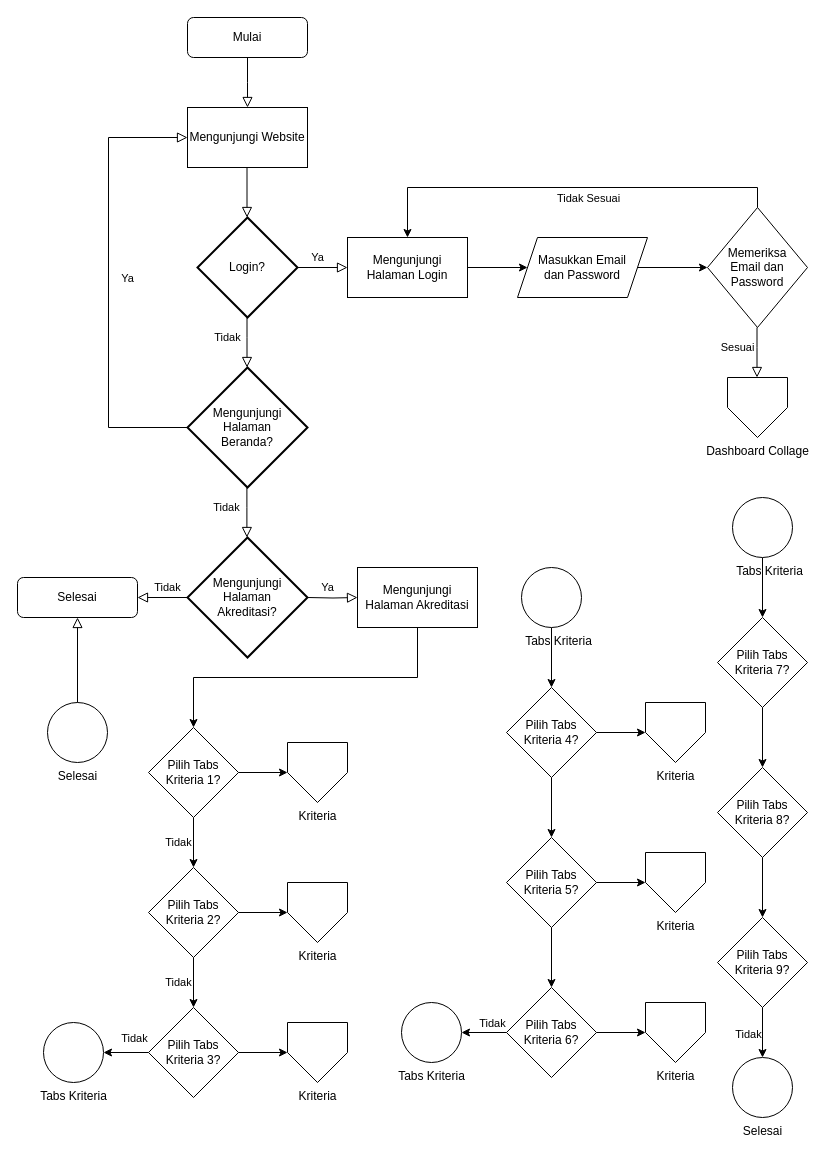
Before: page "Beranda" (1 of 2) of FilemanagerLPMI.drawio in muhfajarm/laravel-file-manager, a draw.io diagram. Source tidied: cells renumbered, new cells numbered last; positions are measured from the earlier drawing's top-left corner, leaving out a move shared by most shapes. Both pictures are drawn from the tidied source at 100%, with x=0, y=0 at pixel (17, 17).
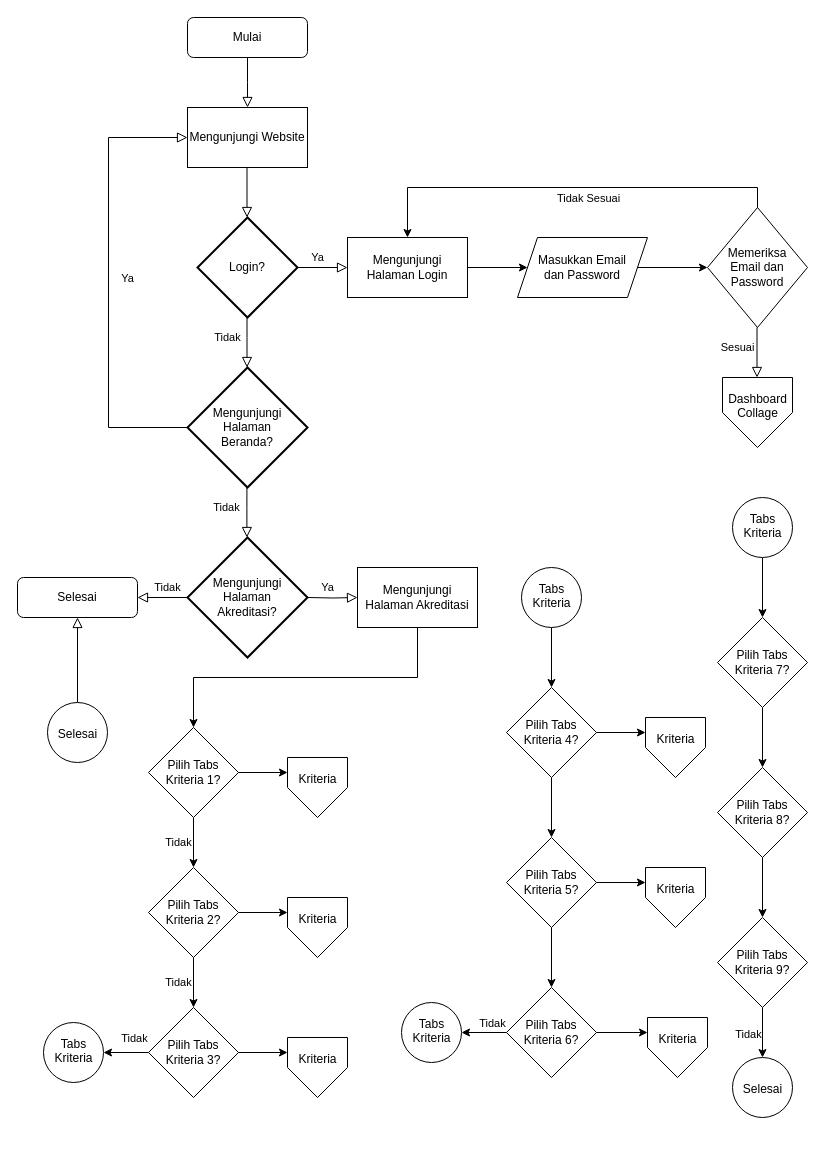
Above is the later version.

The change refers to these unchanged cells:
```xml
<mxCell id="29" value="&lt;div&gt;Pilih Tabs&lt;/div&gt;&lt;div&gt;Kriteria 1?&lt;br&gt;&lt;/div&gt;" style="rhombus;whiteSpace=wrap;html=1;rounded=0;" parent="1" vertex="1">
  <mxGeometry x="131" y="710" width="90" height="90" as="geometry" />
</mxCell>
<mxCell id="30" value="Pilih Tabs Kriteria 2?" style="rhombus;whiteSpace=wrap;html=1;rounded=0;" parent="1" vertex="1">
  <mxGeometry x="131" y="850" width="90" height="90" as="geometry" />
</mxCell>
<mxCell id="31" value="Pilih Tabs Kriteria 3?" style="rhombus;whiteSpace=wrap;html=1;rounded=0;" parent="1" vertex="1">
  <mxGeometry x="131" y="990" width="90" height="90" as="geometry" />
</mxCell>
<mxCell id="41" value="&lt;div&gt;Pilih Tabs&lt;/div&gt;&lt;div&gt;Kriteria 4?&lt;br&gt;&lt;/div&gt;" style="rhombus;whiteSpace=wrap;html=1;rounded=0;" parent="1" vertex="1">
  <mxGeometry x="489" y="670" width="90" height="90" as="geometry" />
</mxCell>
<mxCell id="43" value="&lt;div&gt;Pilih Tabs&lt;/div&gt;&lt;div&gt;Kriteria 5?&lt;br&gt;&lt;/div&gt;" style="rhombus;whiteSpace=wrap;html=1;rounded=0;" parent="1" vertex="1">
  <mxGeometry x="489" y="820" width="90" height="90" as="geometry" />
</mxCell>
<mxCell id="45" value="&lt;div&gt;Pilih Tabs&lt;/div&gt;&lt;div&gt;Kriteria 6?&lt;br&gt;&lt;/div&gt;" style="rhombus;whiteSpace=wrap;html=1;rounded=0;" parent="1" vertex="1">
  <mxGeometry x="489" y="970" width="90" height="90" as="geometry" />
</mxCell>
```

The edit, as a diff of the source:
```diff
@@
-    <mxCell id="25" value="Dashboard Collage" style="verticalLabelPosition=bottom;verticalAlign=top;html=1;shape=offPageConnector;rounded=0;size=0.5;" parent="1" vertex="1">
-      <mxGeometry x="710" y="360" width="60" height="60" as="geometry" />
+    <mxCell id="25" value="&lt;div&gt;Dashboard&lt;/div&gt;&lt;div&gt;Collage&lt;/div&gt;" style="verticalLabelPosition=bottom;verticalAlign=top;html=1;shape=offPageConnector;rounded=0;size=0.5;spacing=-60;" parent="1" vertex="1">
+      <mxGeometry x="705" y="360" width="70" height="70" as="geometry" />
     </mxCell>
@@
-    <mxCell id="32" value="&lt;div&gt;Selesai&lt;/div&gt;" style="verticalLabelPosition=bottom;verticalAlign=top;html=1;shape=mxgraph.flowchart.on-page_reference;" parent="1" vertex="1">
+    <mxCell id="32" value="&lt;div&gt;Selesai&lt;/div&gt;" style="verticalLabelPosition=bottom;verticalAlign=top;html=1;shape=mxgraph.flowchart.on-page_reference;spacing=-40;" parent="1" vertex="1">
       <mxGeometry x="30" y="685" width="60" height="60" as="geometry" />
     </mxCell>
@@
-    <mxCell id="34" value="Tabs Kriteria" style="verticalLabelPosition=bottom;verticalAlign=top;html=1;shape=mxgraph.flowchart.on-page_reference;" parent="1" vertex="1">
+    <mxCell id="34" value="&lt;div&gt;Tabs&lt;/div&gt;&lt;div&gt;Kriteria&lt;/div&gt;" style="verticalLabelPosition=bottom;verticalAlign=top;html=1;shape=mxgraph.flowchart.on-page_reference;spacing=-50;" parent="1" vertex="1">
       <mxGeometry x="26" y="1005" width="60" height="60" as="geometry" />
     </mxCell>
@@
-    <mxCell id="40" value="Tabs Kriteria" style="verticalLabelPosition=bottom;verticalAlign=top;html=1;shape=mxgraph.flowchart.on-page_reference;spacingRight=0;spacingLeft=13;" parent="1" vertex="1">
+    <mxCell id="40" value="&lt;div&gt;Tabs&lt;/div&gt;&lt;div&gt;Kriteria&lt;/div&gt;" style="verticalLabelPosition=bottom;verticalAlign=top;html=1;shape=mxgraph.flowchart.on-page_reference;spacingRight=0;spacingLeft=0;spacing=-50;" parent="1" vertex="1">
       <mxGeometry x="504" y="550" width="60" height="60" as="geometry" />
     </mxCell>
@@
-    <mxCell id="46" value="Tabs Kriteria" style="verticalLabelPosition=bottom;verticalAlign=top;html=1;shape=mxgraph.flowchart.on-page_reference;" parent="1" vertex="1">
+    <mxCell id="46" value="&lt;div&gt;Tabs&lt;/div&gt;&lt;div&gt;Kriteria&lt;/div&gt;" style="verticalLabelPosition=bottom;verticalAlign=top;html=1;shape=mxgraph.flowchart.on-page_reference;spacing=-50;" parent="1" vertex="1">
       <mxGeometry x="384" y="985" width="60" height="60" as="geometry" />
     </mxCell>
@@
-    <mxCell id="50" value="Tabs Kriteria" style="verticalLabelPosition=bottom;verticalAlign=top;html=1;shape=mxgraph.flowchart.on-page_reference;spacingRight=0;spacingLeft=13;" parent="1" vertex="1">
+    <mxCell id="50" value="&lt;div&gt;Tabs&lt;/div&gt;&lt;div&gt;Kriteria&lt;/div&gt;" style="verticalLabelPosition=bottom;verticalAlign=top;html=1;shape=mxgraph.flowchart.on-page_reference;spacingRight=0;spacingLeft=0;spacing=-50;" parent="1" vertex="1">
       <mxGeometry x="715" y="480" width="60" height="60" as="geometry" />
     </mxCell>
@@
-    <mxCell id="56" value="Selesai" style="verticalLabelPosition=bottom;verticalAlign=top;html=1;shape=mxgraph.flowchart.on-page_reference;" parent="1" vertex="1">
+    <mxCell id="56" value="Selesai" style="verticalLabelPosition=bottom;verticalAlign=top;html=1;shape=mxgraph.flowchart.on-page_reference;spacing=-40;" parent="1" vertex="1">
       <mxGeometry x="715" y="1040" width="60" height="60" as="geometry" />
     </mxCell>
@@
-    <mxCell id="59" value="Kriteria" style="verticalLabelPosition=bottom;verticalAlign=top;html=1;shape=offPageConnector;rounded=0;size=0.5;" parent="1" vertex="1">
-      <mxGeometry x="270" y="725" width="60" height="60" as="geometry" />
+    <mxCell id="59" value="Kriteria" style="verticalLabelPosition=bottom;verticalAlign=top;html=1;shape=offPageConnector;rounded=0;size=0.5;spacing=-50;" parent="1" vertex="1">
+      <mxGeometry x="270" y="740" width="60" height="60" as="geometry" />
     </mxCell>
-    <mxCell id="60" style="endArrow=classic;html=1;rounded=0;entryX=0;entryY=0.5;entryDx=0;entryDy=0;exitX=1;exitY=0.5;exitDx=0;exitDy=0;" parent="1" edge="1" source="29" target="59">
+    <mxCell id="60" style="endArrow=classic;html=1;rounded=0;entryX=0;entryY=0.25;entryDx=0;entryDy=0;exitX=1;exitY=0.5;exitDx=0;exitDy=0;" parent="1" edge="1" source="29" target="59">
       <mxGeometry relative="1" as="geometry" />
     </mxCell>
-    <mxCell id="61" value="Kriteria" style="verticalLabelPosition=bottom;verticalAlign=top;html=1;shape=offPageConnector;rounded=0;size=0.5;" parent="1" vertex="1">
-      <mxGeometry x="270" y="865" width="60" height="60" as="geometry" />
+    <mxCell id="61" value="Kriteria" style="verticalLabelPosition=bottom;verticalAlign=top;html=1;shape=offPageConnector;rounded=0;size=0.5;spacing=-50;" parent="1" vertex="1">
+      <mxGeometry x="270" y="880" width="60" height="60" as="geometry" />
     </mxCell>
-    <mxCell id="62" style="endArrow=classic;html=1;rounded=0;entryX=0;entryY=0.5;entryDx=0;entryDy=0;exitX=1;exitY=0.5;exitDx=0;exitDy=0;" parent="1" edge="1" source="30" target="61">
+    <mxCell id="62" style="endArrow=classic;html=1;rounded=0;entryX=0;entryY=0.25;entryDx=0;entryDy=0;exitX=1;exitY=0.5;exitDx=0;exitDy=0;" parent="1" edge="1" source="30" target="61">
       <mxGeometry relative="1" as="geometry" />
     </mxCell>
-    <mxCell id="63" value="Kriteria" style="verticalLabelPosition=bottom;verticalAlign=top;html=1;shape=offPageConnector;rounded=0;size=0.5;" parent="1" vertex="1">
-      <mxGeometry x="270" y="1005" width="60" height="60" as="geometry" />
+    <mxCell id="63" value="Kriteria" style="verticalLabelPosition=bottom;verticalAlign=top;html=1;shape=offPageConnector;rounded=0;size=0.5;spacing=-50;" parent="1" vertex="1">
+      <mxGeometry x="270" y="1020" width="60" height="60" as="geometry" />
     </mxCell>
-    <mxCell id="64" style="endArrow=classic;html=1;rounded=0;entryX=0;entryY=0.5;entryDx=0;entryDy=0;exitX=1;exitY=0.5;exitDx=0;exitDy=0;" parent="1" edge="1" source="31" target="63">
+    <mxCell id="64" style="endArrow=classic;html=1;rounded=0;entryX=0;entryY=0.25;entryDx=0;entryDy=0;exitX=1;exitY=0.5;exitDx=0;exitDy=0;" parent="1" edge="1" source="31" target="63">
       <mxGeometry relative="1" as="geometry" />
     </mxCell>
-    <mxCell id="65" value="Kriteria" style="verticalLabelPosition=bottom;verticalAlign=top;html=1;shape=offPageConnector;rounded=0;size=0.5;" parent="1" vertex="1">
-      <mxGeometry x="628" y="685" width="60" height="60" as="geometry" />
+    <mxCell id="65" value="Kriteria" style="verticalLabelPosition=bottom;verticalAlign=top;html=1;shape=offPageConnector;rounded=0;size=0.5;spacing=-50;" parent="1" vertex="1">
+      <mxGeometry x="628" y="700" width="60" height="60" as="geometry" />
     </mxCell>
-    <mxCell id="66" style="endArrow=classic;html=1;rounded=0;entryX=0;entryY=0.5;entryDx=0;entryDy=0;exitX=1;exitY=0.5;exitDx=0;exitDy=0;" parent="1" edge="1" source="41" target="65">
+    <mxCell id="66" style="endArrow=classic;html=1;rounded=0;entryX=0;entryY=0.25;entryDx=0;entryDy=0;exitX=1;exitY=0.5;exitDx=0;exitDy=0;" parent="1" edge="1" source="41" target="65">
       <mxGeometry relative="1" as="geometry" />
     </mxCell>
-    <mxCell id="67" value="Kriteria" style="verticalLabelPosition=bottom;verticalAlign=top;html=1;shape=offPageConnector;rounded=0;size=0.5;" parent="1" vertex="1">
-      <mxGeometry x="628" y="835" width="60" height="60" as="geometry" />
+    <mxCell id="67" value="Kriteria" style="verticalLabelPosition=bottom;verticalAlign=top;html=1;shape=offPageConnector;rounded=0;size=0.5;spacing=-50;" parent="1" vertex="1">
+      <mxGeometry x="628" y="850" width="60" height="60" as="geometry" />
     </mxCell>
-    <mxCell id="68" style="endArrow=classic;html=1;rounded=0;entryX=0;entryY=0.5;entryDx=0;entryDy=0;exitX=1;exitY=0.5;exitDx=0;exitDy=0;" parent="1" edge="1" source="43" target="67">
+    <mxCell id="68" style="endArrow=classic;html=1;rounded=0;entryX=0;entryY=0.25;entryDx=0;entryDy=0;exitX=1;exitY=0.5;exitDx=0;exitDy=0;" parent="1" edge="1" source="43" target="67">
       <mxGeometry relative="1" as="geometry" />
     </mxCell>
-    <mxCell id="69" value="Kriteria" style="verticalLabelPosition=bottom;verticalAlign=top;html=1;shape=offPageConnector;rounded=0;size=0.5;" parent="1" vertex="1">
-      <mxGeometry x="628" y="985" width="60" height="60" as="geometry" />
+    <mxCell id="69" value="Kriteria" style="verticalLabelPosition=bottom;verticalAlign=top;html=1;shape=offPageConnector;rounded=0;size=0.5;spacing=-50;" parent="1" vertex="1">
+      <mxGeometry x="630" y="1000" width="60" height="60" as="geometry" />
     </mxCell>
-    <mxCell id="70" style="endArrow=classic;html=1;rounded=0;entryX=0;entryY=0.5;entryDx=0;entryDy=0;exitX=1;exitY=0.5;exitDx=0;exitDy=0;" parent="1" edge="1" source="45" target="69">
+    <mxCell id="70" style="endArrow=classic;html=1;rounded=0;entryX=0;entryY=0.25;entryDx=0;entryDy=0;exitX=1;exitY=0.5;exitDx=0;exitDy=0;" parent="1" edge="1" source="45" target="69">
       <mxGeometry relative="1" as="geometry" />
     </mxCell>
```
